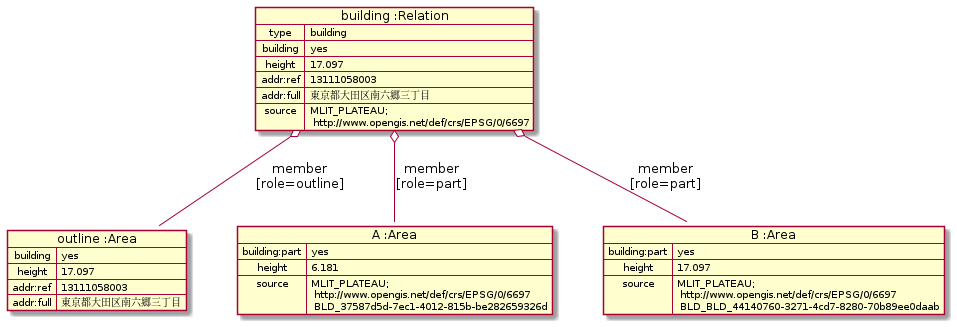
Above: doc/building/BuildingRelation.png in yuuhayashi/citygml-osm (PlantUML), before the change.
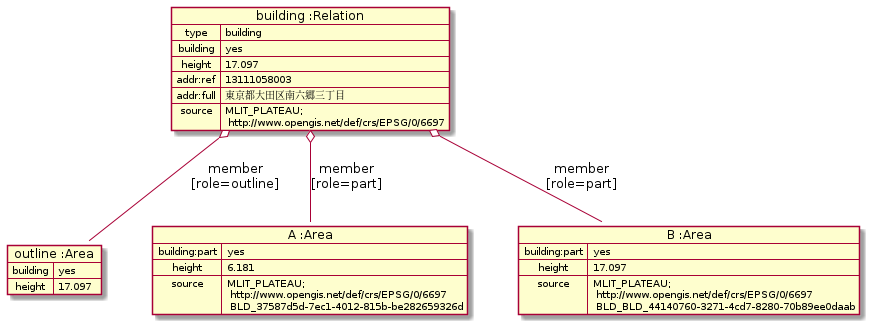
Above is the later version.

Change to the diagram source:
```diff
@@ -11,8 +11,6 @@
 map "outline :Area" as outline {
  building => yes
  height => 17.097
- addr:ref => 13111058003
- addr:full => 東京都大田区南六郷三丁目
 }
 map "A :Area" as A {
  building:part => yes
```
